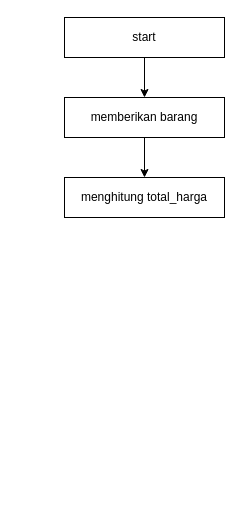
gustixxv/gustiraka-sistemkasir keeps this draw.io diagram as flowchart.drawio. Above is the earlier version. Source tidied: cells renumbered, new cells numbered last; positions are measured from the earlier drawing's top-left corner, leaving out a move shared by most shapes. Both pictures are drawn from the tidied source at 100%, with x=0, y=0 at pixel (64, 17).
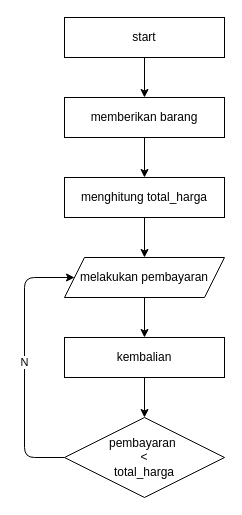
After the change.

Commit message:
add some decision flow and data flow

What changed in the source:
```diff
@@
 <mxGraphModel>
   <root>
     <mxCell id="0" />
     <mxCell id="1" parent="0" />
     <mxCell id="2" style="edgeStyle=none;html=1;entryX=0.5;entryY=0;entryDx=0;entryDy=0;" parent="1" edge="1" source="3" target="5">
       <mxGeometry relative="1" as="geometry" />
     </mxCell>
     <mxCell id="3" value="start" style="rounded=0;whiteSpace=wrap;html=1;" parent="1" vertex="1">
       <mxGeometry width="160" height="40" as="geometry" />
     </mxCell>
     <mxCell id="4" style="edgeStyle=none;html=1;entryX=0.5;entryY=0;entryDx=0;entryDy=0;" parent="1" edge="1" source="5" target="6">
       <mxGeometry relative="1" as="geometry" />
     </mxCell>
     <mxCell id="5" value="memberikan barang" style="rounded=0;whiteSpace=wrap;html=1;" parent="1" vertex="1">
       <mxGeometry y="80" width="160" height="40" as="geometry" />
     </mxCell>
+    <mxCell id="7" style="edgeStyle=none;html=1;" parent="1" edge="1" source="6" target="9">
+      <mxGeometry relative="1" as="geometry" />
+    </mxCell>
     <mxCell id="6" value="menghitung total_harga" style="rounded=0;whiteSpace=wrap;html=1;" parent="1" vertex="1">
       <mxGeometry y="160" width="160" height="40" as="geometry" />
     </mxCell>
+    <mxCell id="8" style="edgeStyle=none;html=1;entryX=0.5;entryY=0;entryDx=0;entryDy=0;" parent="1" edge="1" source="9" target="11">
+      <mxGeometry relative="1" as="geometry" />
+    </mxCell>
+    <mxCell id="9" value="melakukan pembayaran" style="shape=parallelogram;perimeter=parallelogramPerimeter;whiteSpace=wrap;html=1;fixedSize=1;" parent="1" vertex="1">
+      <mxGeometry y="240" width="160" height="40" as="geometry" />
+    </mxCell>
+    <mxCell id="10" style="edgeStyle=none;html=1;exitX=0.5;exitY=1;exitDx=0;exitDy=0;entryX=0.5;entryY=0;entryDx=0;entryDy=0;" parent="1" edge="1" source="11" target="13">
+      <mxGeometry relative="1" as="geometry" />
+    </mxCell>
+    <mxCell id="11" value="kembalian" style="rounded=0;whiteSpace=wrap;html=1;" parent="1" vertex="1">
+      <mxGeometry y="320" width="160" height="40" as="geometry" />
+    </mxCell>
+    <mxCell id="12" value="N" style="edgeStyle=none;html=1;exitX=0;exitY=0.5;exitDx=0;exitDy=0;entryX=0;entryY=0.5;entryDx=0;entryDy=0;" parent="1" edge="1" source="13" target="9">
+      <mxGeometry relative="1" as="geometry">
+        <Array as="points">
+          <mxPoint x="-40" y="440" />
+          <mxPoint x="-40" y="260" />
+        </Array>
+      </mxGeometry>
+    </mxCell>
+    <mxCell id="13" value="pembayaran&amp;nbsp;&lt;br&gt;&amp;lt;&lt;br&gt;total_harga" style="rhombus;whiteSpace=wrap;html=1;" parent="1" vertex="1">
+      <mxGeometry y="400" width="160" height="80" as="geometry" />
+    </mxCell>
   </root>
 </mxGraphModel>
```
